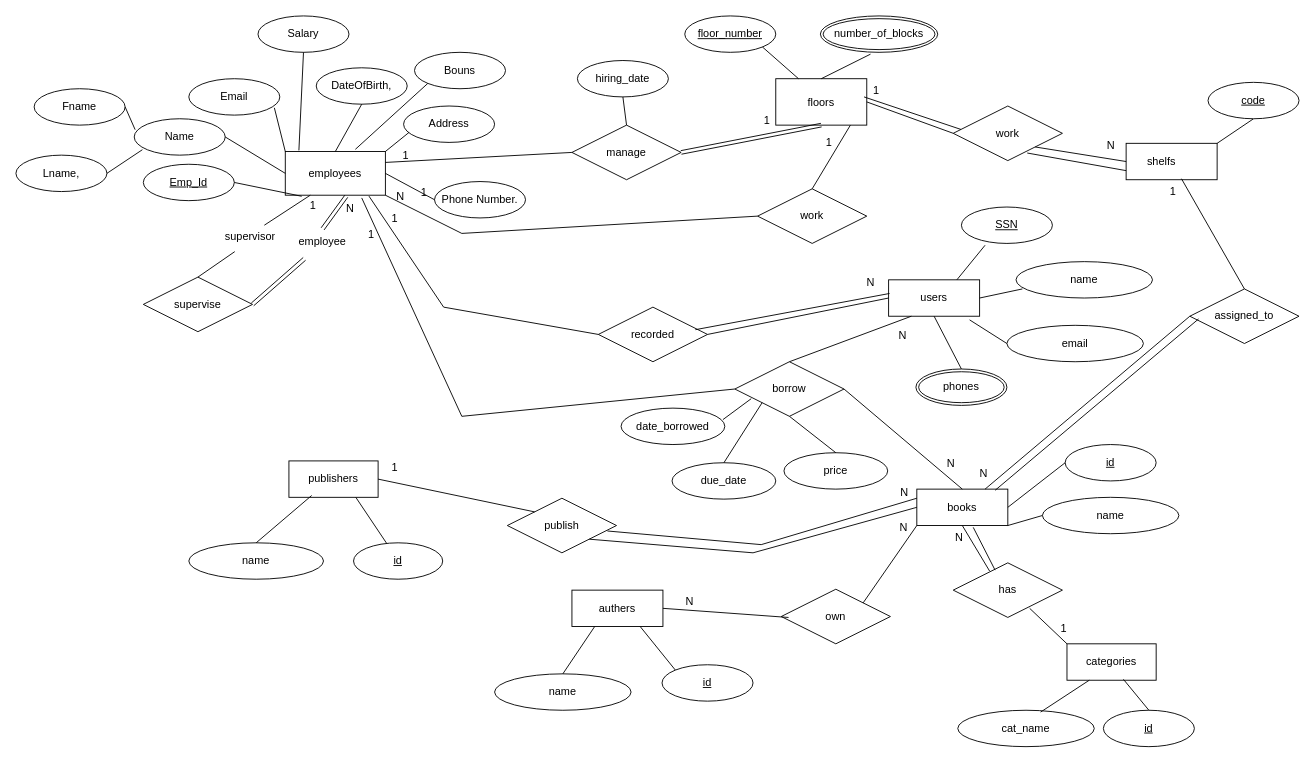
This is part_1.drawio from m-saad-dev/database, a draw.io file, before an edit. Source tidied: cells renumbered, new cells numbered last; positions are measured from the earlier drawing's top-left corner, leaving out a move shared by most shapes. Both pictures are drawn from the tidied source at 91%, with x=0, y=0 at pixel (15, 15).
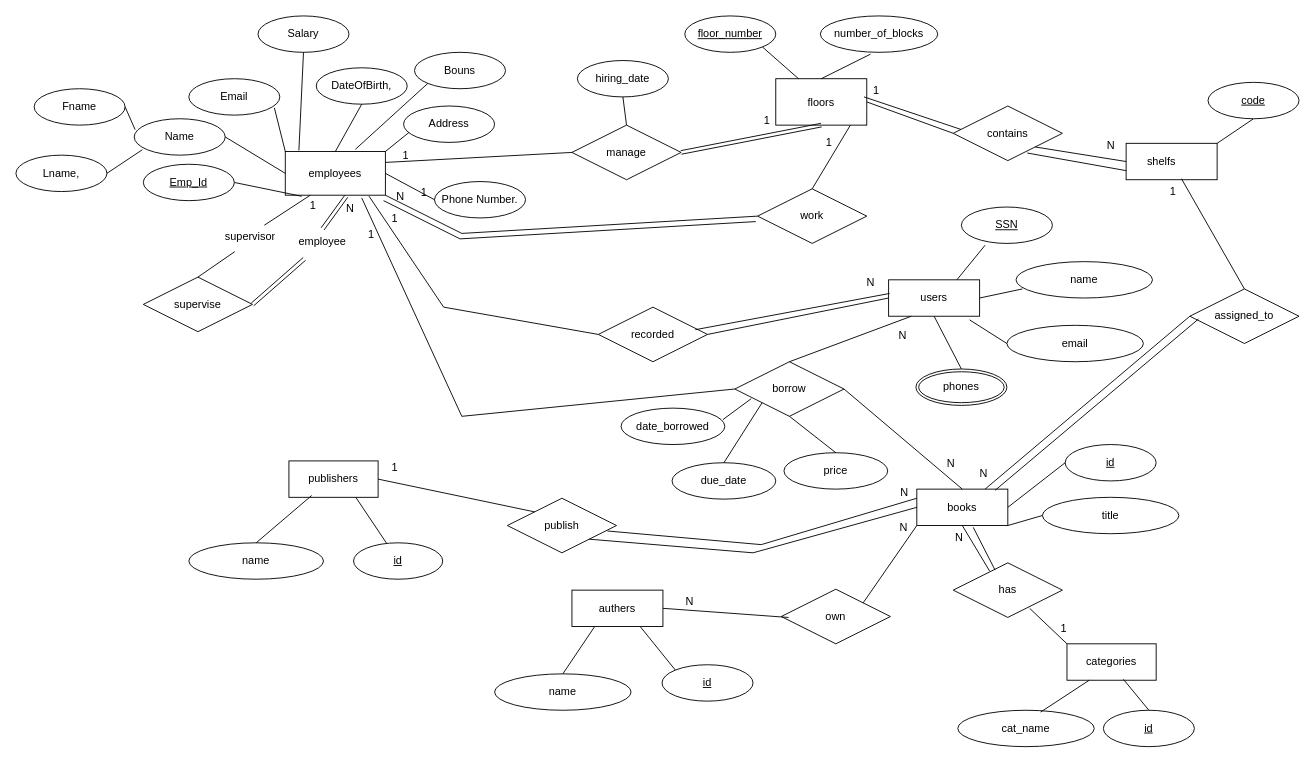
After the change.

Change to the diagram source:
```diff
@@
-    <mxCell id="36" value="name" style="ellipse;whiteSpace=wrap;html=1;align=center;" parent="1" vertex="1">
+    <mxCell id="36" value="title" style="ellipse;whiteSpace=wrap;html=1;align=center;" parent="1" vertex="1">
       <mxGeometry x="1128" y="529" width="150" height="40" as="geometry" />
     </mxCell>
@@
-    <mxCell id="56" value="number_of_blocks" style="ellipse;shape=doubleEllipse;margin=3;whiteSpace=wrap;html=1;align=center;" parent="1" vertex="1">
+    <mxCell id="56" value="number_of_blocks" style="ellipse;shape=ellipse;margin=3;whiteSpace=wrap;html=1;align=center;" parent="1" vertex="1">
       <mxGeometry x="884" width="129" height="40" as="geometry" />
     </mxCell>
@@
-    <mxCell id="124" value="work" style="shape=rhombus;perimeter=rhombusPerimeter;whiteSpace=wrap;html=1;align=center;" parent="1" vertex="1">
+    <mxCell id="124" value="contains" style="shape=rhombus;perimeter=rhombusPerimeter;whiteSpace=wrap;html=1;align=center;" parent="1" vertex="1">
       <mxGeometry x="1030" y="99" width="120" height="60" as="geometry" />
     </mxCell>
@@
+    <mxCell id="131" style="endArrow=none;html=1;rounded=0;exitX=1;exitY=1;exitDx=0;exitDy=0;entryX=0;entryY=0.5;entryDx=0;entryDy=0;" parent="1" edge="1">
+      <mxGeometry relative="1" as="geometry">
+        <mxPoint x="404" y="203" as="sourcePoint" />
+        <mxPoint x="813" y="226" as="targetPoint" />
+        <Array as="points">
+          <mxPoint x="488" y="245" />
+        </Array>
+      </mxGeometry>
+    </mxCell>
```
